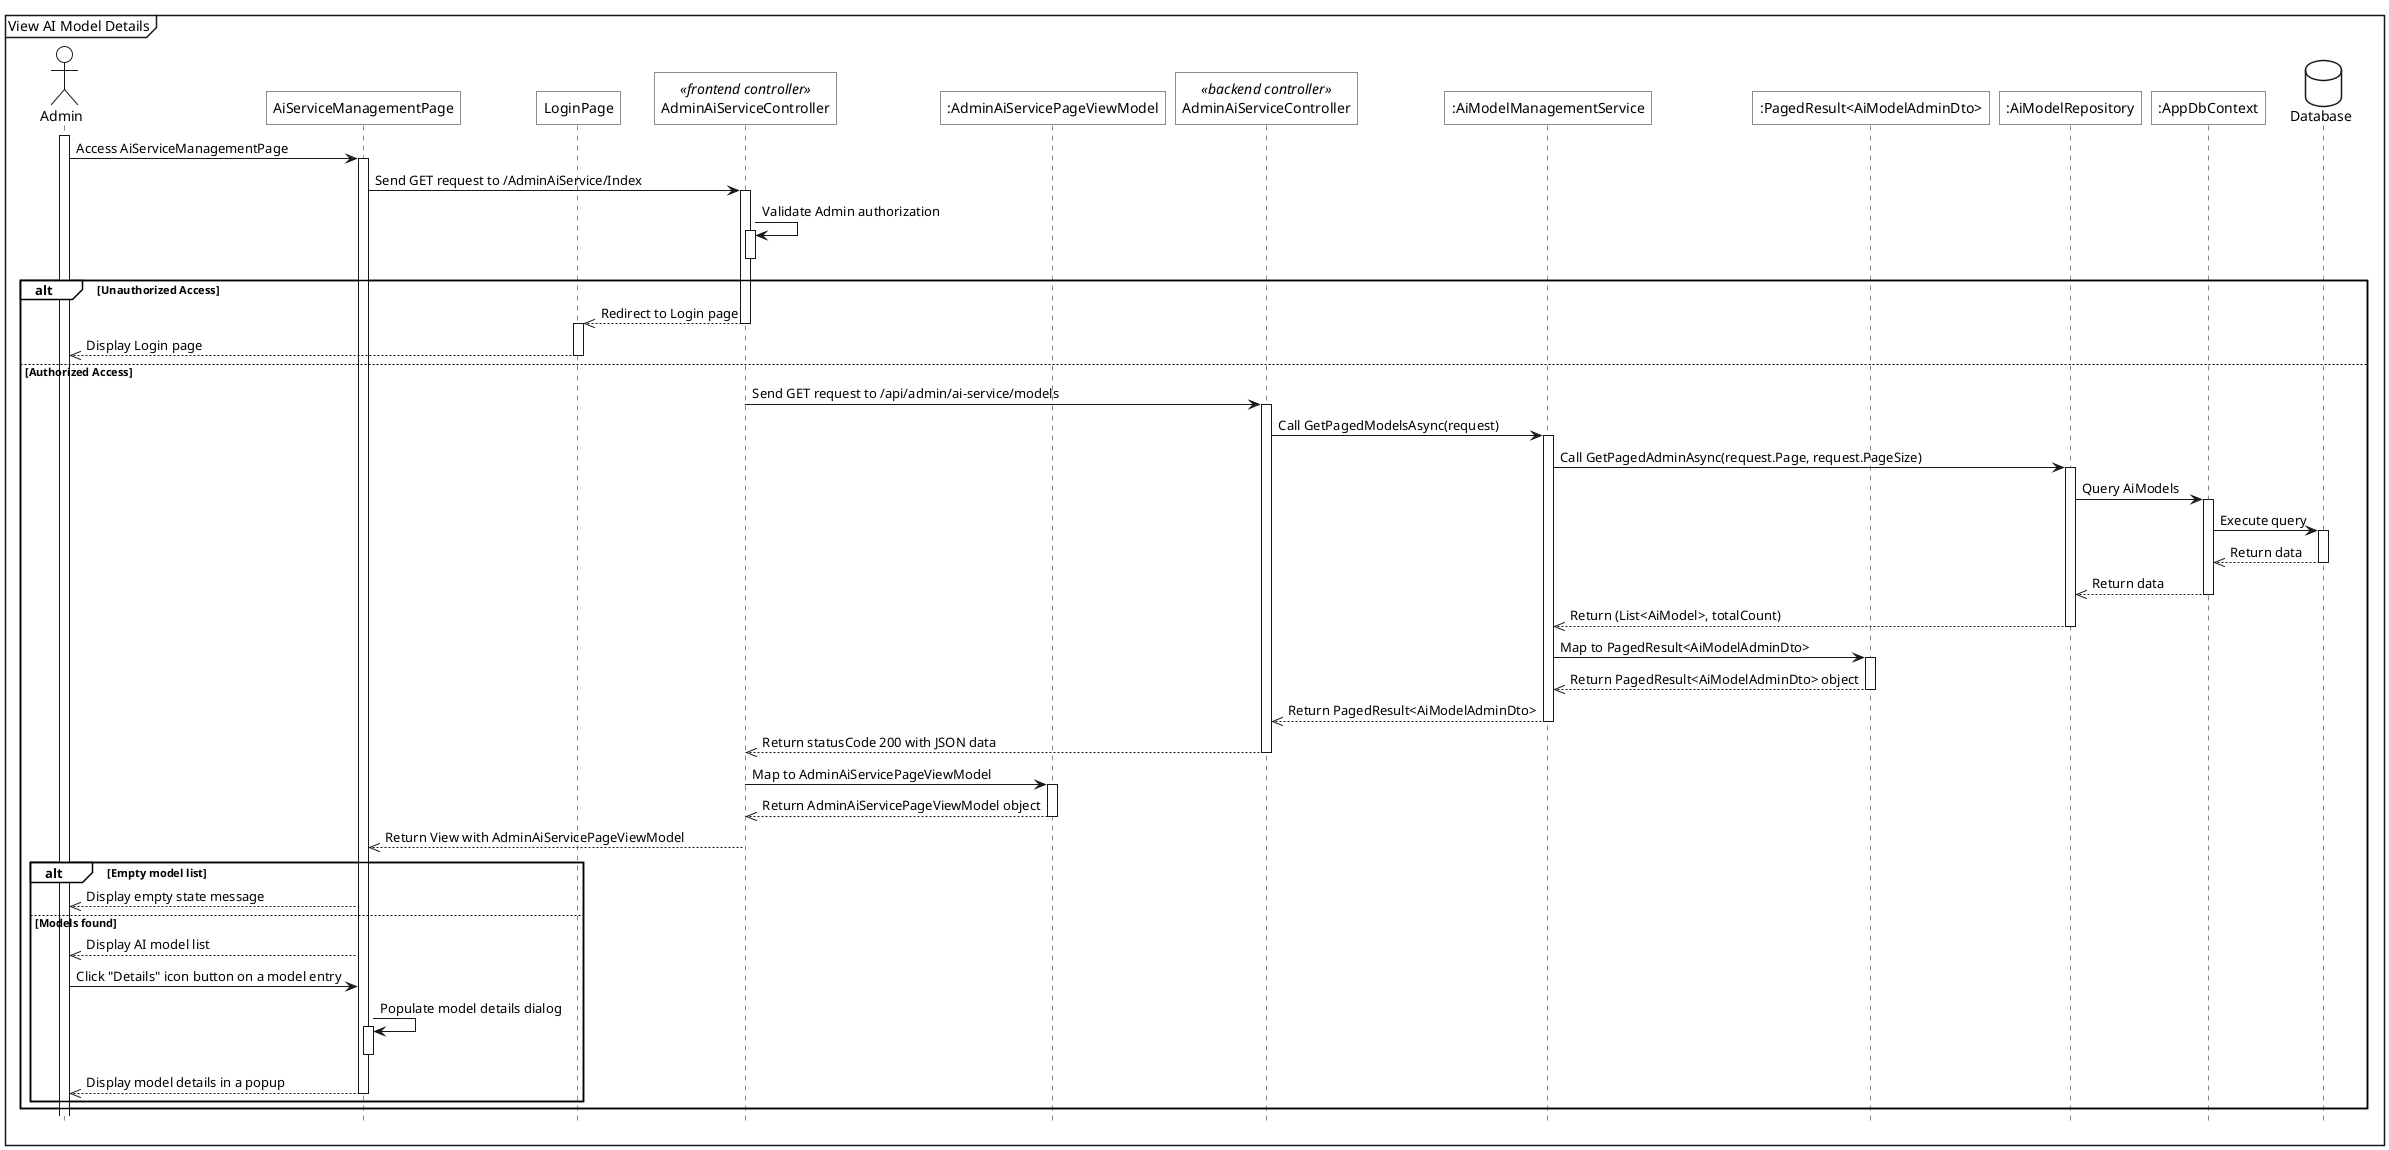
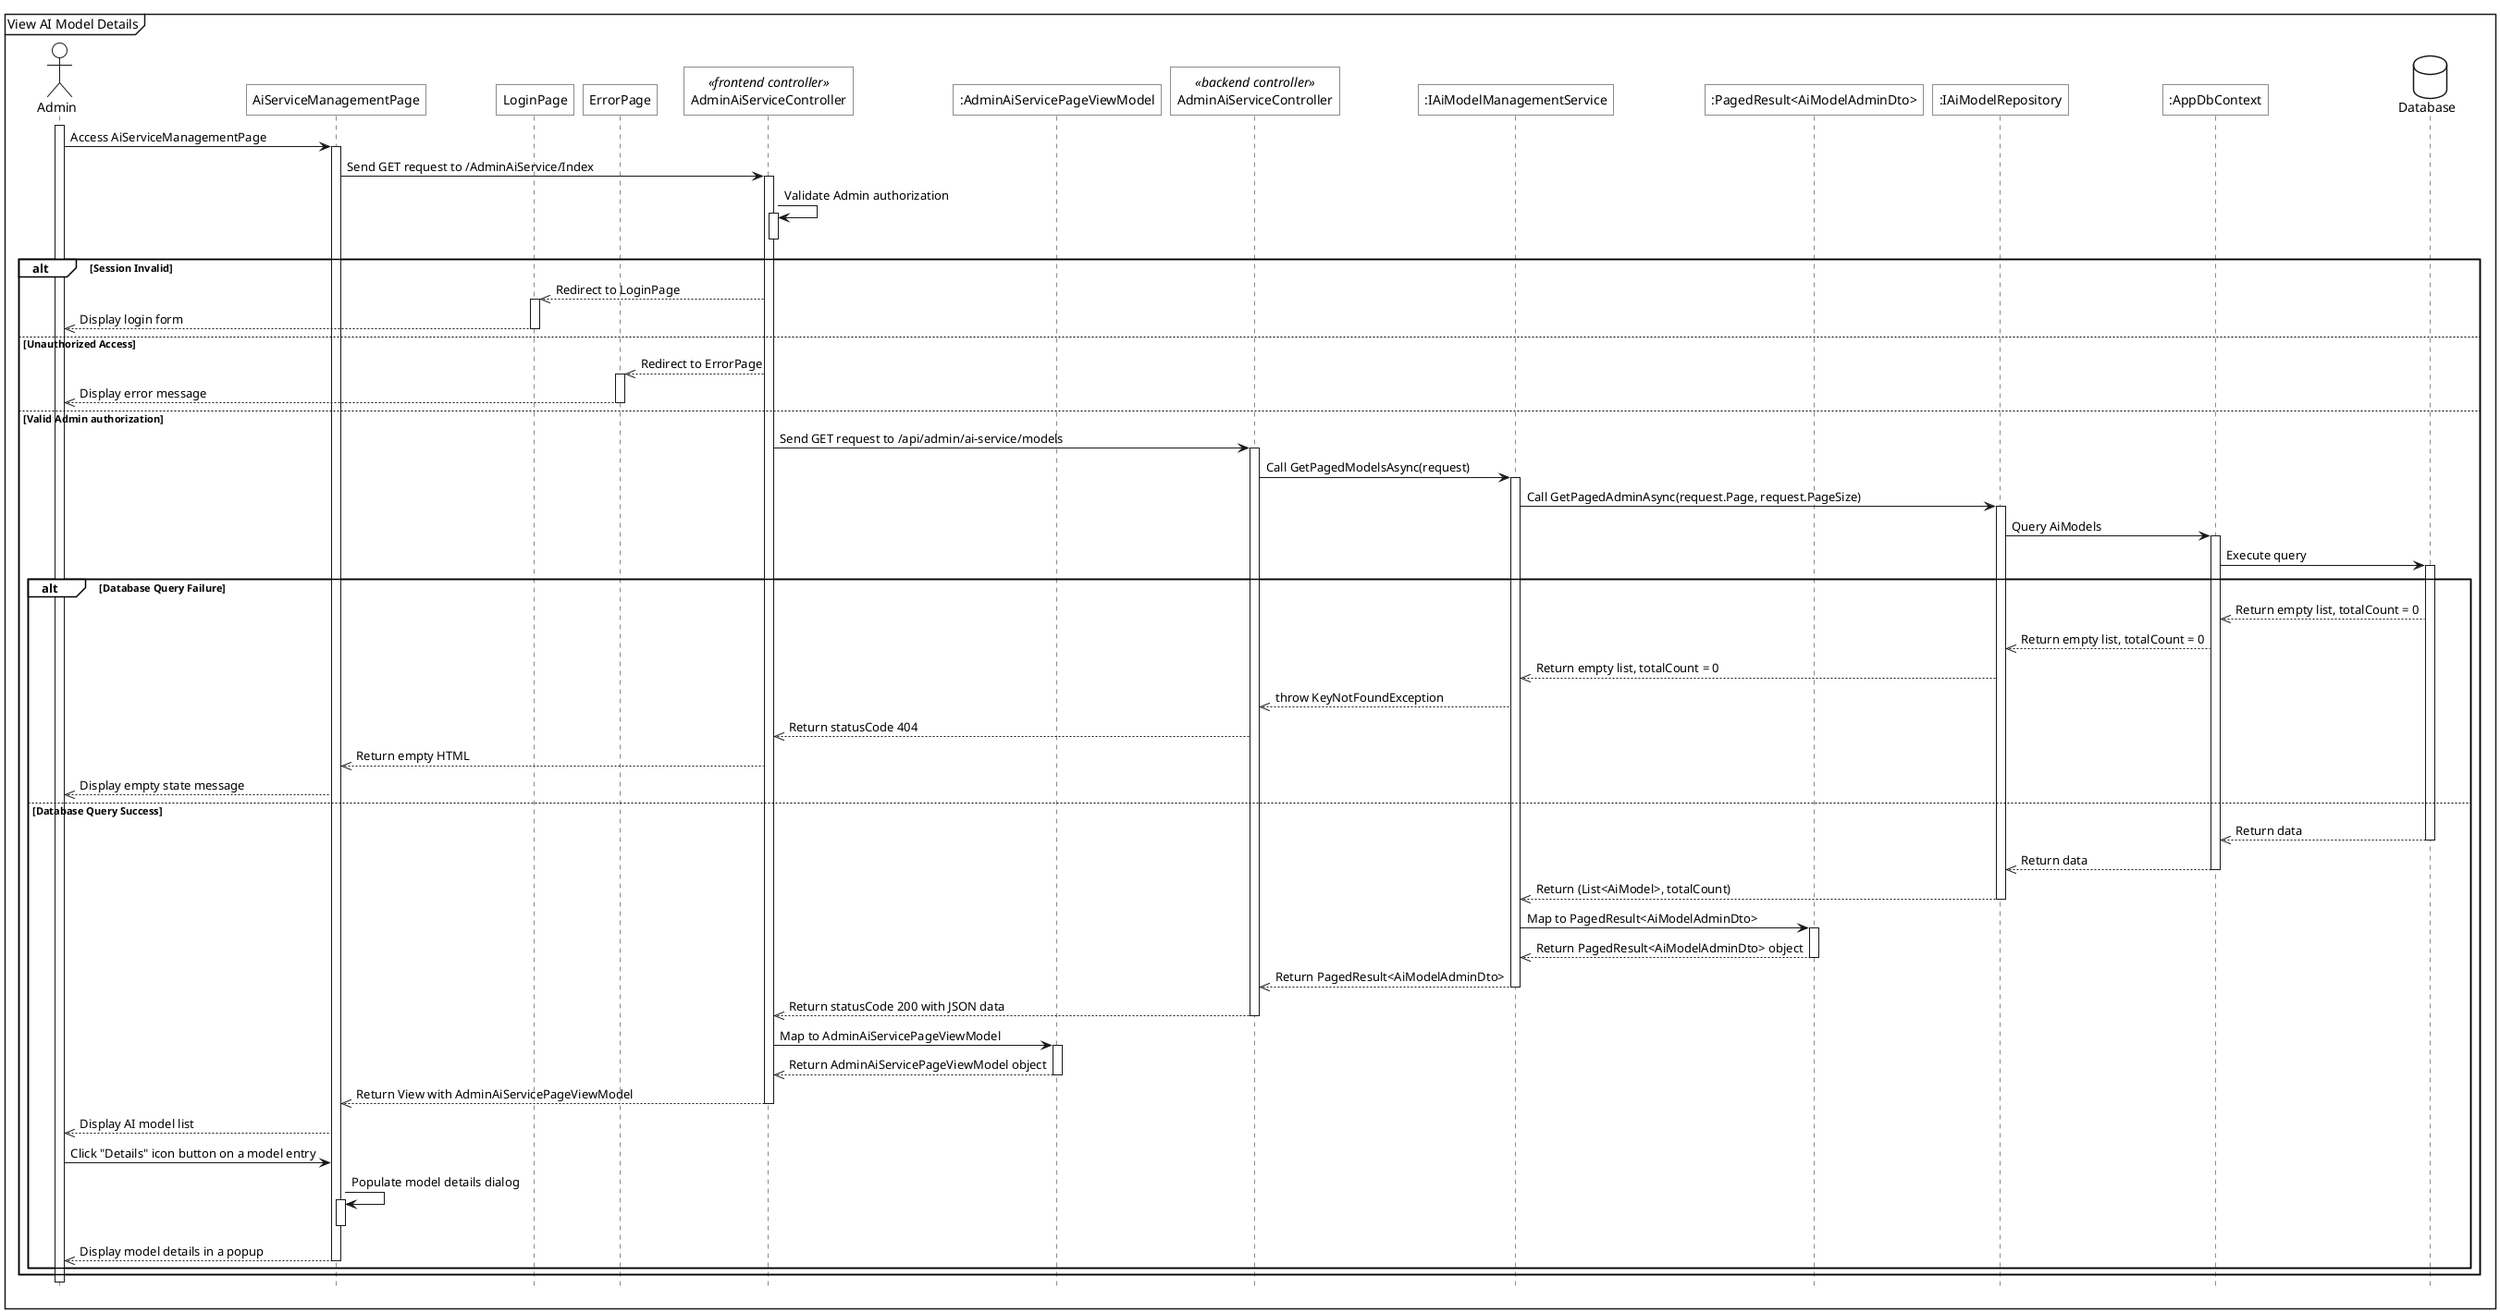
@startuml
<style>
    sequenceDiagram{
        actor{
            BackgroundColor white
            LineThickness 1.0
        }
        participant{
            BackgroundColor white
            RoundCorner 0
        }
        database{
            BackgroundColor white
        }
        groupHeader{
            BackgroundColor white
        }
        referenceHeader{
            BackgroundColor white
        }
        reference{
            BackgroundColor white
        }
    }
</style>

hide footbox
mainframe View AI Model Details

actor Admin as act
participant "AiServiceManagementPage" as view
participant "LoginPage" as login_view
+ participant "ErrorPage" as error_view
participant "AdminAiServiceController" as fe_ctrl <<frontend controller>>
participant ":AdminAiServicePageViewModel" as view_model
participant "AdminAiServiceController" as be_ctrl <<backend controller>>
- participant ":AiModelManagementService" as sv
+ participant ":IAiModelManagementService" as sv
participant ":PagedResult<AiModelAdminDto>" as res
- participant ":AiModelRepository" as repo
+ participant ":IAiModelRepository" as repo
participant ":AppDbContext" as ctx
database Database as db

act ++
act -> view++: Access AiServiceManagementPage
view -> fe_ctrl++: Send GET request to /AdminAiService/Index
fe_ctrl -> fe_ctrl++: Validate Admin authorization
fe_ctrl--

- alt Unauthorized Access
-     fe_ctrl -->> login_view--: Redirect to Login page
+ alt Session Invalid
+     fe_ctrl -->> login_view: Redirect to LoginPage
    activate login_view
-     login_view -->> act--: Display Login page
- else Authorized Access
+     login_view -->> act--: Display login form
+ else Unauthorized Access
+     fe_ctrl -->> error_view: Redirect to ErrorPage
+     activate error_view
+     error_view -->> act--: Display error message
+ else Valid Admin authorization
    fe_ctrl -> be_ctrl++: Send GET request to /api/admin/ai-service/models

-     be_ctrl -> sv++: Call GetPagedModelsAsync(request)
+         be_ctrl -> sv++: Call GetPagedModelsAsync(request)

-     sv -> repo++: Call GetPagedAdminAsync(request.Page, request.PageSize)
+         sv -> repo++: Call GetPagedAdminAsync(request.Page, request.PageSize)

-     repo -> ctx++: Query AiModels
-     ctx -> db++: Execute query
-     db -->> ctx--: Return data
-     ctx -->> repo--: Return data
-     repo -->> sv--: Return (List<AiModel>, totalCount)
+         repo -> ctx++: Query AiModels
+         ctx -> db++: Execute query

-     sv -> res++: Map to PagedResult<AiModelAdminDto>
-     res -->> sv--: Return PagedResult<AiModelAdminDto> object
+         alt Database Query Failure
+             db -->> ctx: Return empty list, totalCount = 0
+             ctx -->> repo: Return empty list, totalCount = 0
+             repo -->> sv: Return empty list, totalCount = 0
+             sv -->> be_ctrl: throw KeyNotFoundException
+             be_ctrl -->> fe_ctrl: Return statusCode 404
+             fe_ctrl -->> view: Return empty HTML
+             view -->> act: Display empty state message
+         else Database Query Success
+             db -->> ctx--: Return data
+             ctx -->> repo--: Return data
+             repo -->> sv--: Return (List<AiModel>, totalCount)

-     sv -->> be_ctrl--: Return PagedResult<AiModelAdminDto>
-     be_ctrl -->> fe_ctrl--: Return statusCode 200 with JSON data
+             sv -> res++: Map to PagedResult<AiModelAdminDto>
+             res -->> sv--: Return PagedResult<AiModelAdminDto> object

-     fe_ctrl -> view_model++: Map to AdminAiServicePageViewModel
-     view_model -->> fe_ctrl--: Return AdminAiServicePageViewModel object
+             sv -->> be_ctrl--: Return PagedResult<AiModelAdminDto>
+             be_ctrl -->> fe_ctrl--: Return statusCode 200 with JSON data

-     fe_ctrl -->> view: Return View with AdminAiServicePageViewModel
-     deactivate fe_ctrl
+             fe_ctrl -> view_model++: Map to AdminAiServicePageViewModel
+             view_model -->> fe_ctrl--: Return AdminAiServicePageViewModel object

-     alt Empty model list
-         view -->> act: Display empty state message
-     else Models found
-         view -->> act: Display AI model list
+             fe_ctrl -->> view: Return View with AdminAiServicePageViewModel
+             deactivate fe_ctrl

-         act -> view: Click "Details" icon button on a model entry
-         view -> view++: Populate model details dialog
-         view--
-         view -->> act--: Display model details in a popup
-     end
+             view -->> act: Display AI model list
+ 
+             act -> view: Click "Details" icon button on a model entry
+             view -> view++: Populate model details dialog
+             view--
+             view -->> act--: Display model details in a popup
+         end
end
@enduml
